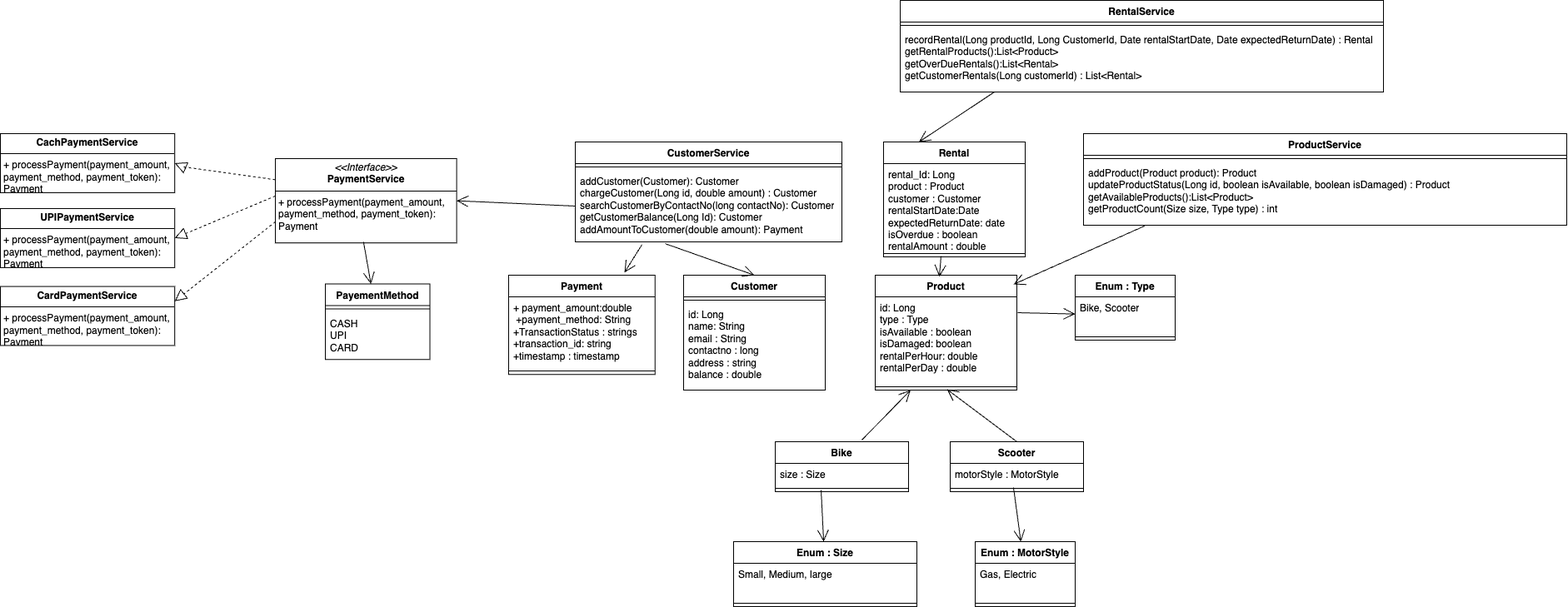
Earlier version of the draw.io export bike-or-car-rental-shop/src/main/resources/images/Bike_Rental_Shop_Class_Daigram.png (randeep-k11/system-design-LLD). Source tidied: cells renumbered, new cells last; positions are measured from the earlier drawing's top-left corner, leaving out a move shared by most shapes. The source it was exported from:
```xml
<mxGraphModel>
  <root>
    <mxCell id="0" />
    <mxCell id="1" parent="0" />
    <mxCell id="2" style="group;" parent="1" vertex="1">
      <mxGeometry width="1880" height="728" as="geometry" />
    </mxCell>
    <mxCell id="3" value="Product" style="swimlane;fontStyle=1;align=center;verticalAlign=top;horizontal=1;startSize=26;whiteSpace=wrap;html=1;" parent="2" vertex="1">
      <mxGeometry x="1050" y="330" width="170" height="138" as="geometry" />
    </mxCell>
    <mxCell id="4" value="id: Long&lt;br&gt;type : Type&lt;br&gt;isAvailable : boolean&lt;div&gt;isDamaged: boolean&lt;br&gt;rentalPerHour: double&lt;br&gt;rentalPerDay : double&lt;/div&gt;" style="text;strokeColor=none;fillColor=none;align=left;verticalAlign=top;spacingLeft=4;spacingRight=4;overflow=hidden;points=[[0,0.5],[1,0.5]];portConstraint=eastwest;whiteSpace=wrap;html=1;" parent="3" vertex="1">
      <mxGeometry y="26" width="170" height="104" as="geometry" />
    </mxCell>
    <mxCell id="5" style="line;strokeWidth=1;fillColor=none;align=left;verticalAlign=middle;spacingTop=-1;spacingLeft=3;spacingRight=3;labelPosition=right;points=[];portConstraint=eastwest;strokeColor=inherit;" parent="3" vertex="1">
      <mxGeometry y="130" width="170" height="8" as="geometry" />
    </mxCell>
    <mxCell id="6" value="Customer" style="swimlane;fontStyle=1;align=center;verticalAlign=top;horizontal=1;startSize=26;whiteSpace=wrap;html=1;" parent="2" vertex="1">
      <mxGeometry x="820" y="330" width="170" height="138" as="geometry" />
    </mxCell>
    <mxCell id="7" style="line;strokeWidth=1;fillColor=none;align=left;verticalAlign=middle;spacingTop=-1;spacingLeft=3;spacingRight=3;labelPosition=right;strokeColor=inherit;" parent="6" vertex="1">
      <mxGeometry y="26" width="170" height="8" as="geometry" />
    </mxCell>
    <mxCell id="8" value="id: Long&lt;br&gt;name: String&lt;div&gt;email :&amp;nbsp;&lt;span style=&quot;background-color: transparent; color: light-dark(rgb(0, 0, 0), rgb(255, 255, 255));&quot;&gt;String&lt;/span&gt;&lt;/div&gt;&lt;div&gt;contactno : long&lt;br&gt;address : string&lt;/div&gt;&lt;div&gt;balance : double&lt;/div&gt;" style="text;strokeColor=none;fillColor=none;align=left;verticalAlign=top;spacingLeft=4;spacingRight=4;overflow=hidden;whiteSpace=wrap;html=1;" parent="6" vertex="1">
      <mxGeometry y="34" width="170" height="104" as="geometry" />
    </mxCell>
    <mxCell id="9" value="Bike" style="swimlane;fontStyle=1;align=center;verticalAlign=top;horizontal=1;startSize=26;whiteSpace=wrap;html=1;" parent="2" vertex="1">
      <mxGeometry x="930" y="530" width="160" height="60" as="geometry" />
    </mxCell>
    <mxCell id="10" value="size : Size" style="text;strokeColor=none;fillColor=none;align=left;verticalAlign=top;spacingLeft=4;spacingRight=4;overflow=hidden;whiteSpace=wrap;html=1;" parent="9" vertex="1">
      <mxGeometry y="26" width="160" height="26" as="geometry" />
    </mxCell>
    <mxCell id="11" style="line;strokeWidth=1;fillColor=none;align=left;verticalAlign=middle;spacingTop=-1;spacingLeft=3;spacingRight=3;labelPosition=right;points=[];portConstraint=eastwest;strokeColor=inherit;" parent="9" vertex="1">
      <mxGeometry y="52" width="160" height="8" as="geometry" />
    </mxCell>
    <mxCell id="12" style="endArrow=open;endFill=1;endSize=12;html=1;rounded=0;exitX=0.65;exitY=-0.035;exitDx=0;exitDy=0;exitPerimeter=0;entryX=0.25;entryY=1;entryDx=0;entryDy=0;" parent="2" edge="1" source="9" target="3">
      <mxGeometry relative="1" as="geometry" />
    </mxCell>
    <mxCell id="13" value="Scooter" style="swimlane;fontStyle=1;align=center;verticalAlign=top;horizontal=1;startSize=26;whiteSpace=wrap;html=1;" parent="2" vertex="1">
      <mxGeometry x="1140" y="530" width="160" height="60" as="geometry" />
    </mxCell>
    <mxCell id="14" value="motorStyle : MotorStyle" style="text;strokeColor=none;fillColor=none;align=left;verticalAlign=top;spacingLeft=4;spacingRight=4;overflow=hidden;whiteSpace=wrap;html=1;" parent="13" vertex="1">
      <mxGeometry y="26" width="160" height="26" as="geometry" />
    </mxCell>
    <mxCell id="15" style="line;strokeWidth=1;fillColor=none;align=left;verticalAlign=middle;spacingTop=-1;spacingLeft=3;spacingRight=3;labelPosition=right;points=[];portConstraint=eastwest;strokeColor=inherit;" parent="13" vertex="1">
      <mxGeometry y="52" width="160" height="8" as="geometry" />
    </mxCell>
    <mxCell id="16" style="endArrow=open;endFill=1;endSize=12;html=1;rounded=0;exitX=0.5;exitY=0;exitDx=0;exitDy=0;entryX=0.506;entryY=0.875;entryDx=0;entryDy=0;entryPerimeter=0;" parent="2" edge="1" source="13" target="5">
      <mxGeometry relative="1" as="geometry" />
    </mxCell>
    <mxCell id="17" value="Enum : Size" style="swimlane;fontStyle=1;align=center;verticalAlign=top;horizontal=1;startSize=26;whiteSpace=wrap;html=1;" parent="2" vertex="1">
      <mxGeometry x="880" y="650" width="220" height="78" as="geometry" />
    </mxCell>
    <mxCell id="18" value="Small, Medium, large" style="text;strokeColor=none;fillColor=none;align=left;verticalAlign=top;spacingLeft=4;spacingRight=4;overflow=hidden;whiteSpace=wrap;html=1;" parent="17" vertex="1">
      <mxGeometry y="26" width="220" height="44" as="geometry" />
    </mxCell>
    <mxCell id="19" style="line;strokeWidth=1;fillColor=none;align=left;verticalAlign=middle;spacingTop=-1;spacingLeft=3;spacingRight=3;labelPosition=right;strokeColor=inherit;" parent="17" vertex="1">
      <mxGeometry y="70" width="220" height="8" as="geometry" />
    </mxCell>
    <mxCell id="20" value="Enum : MotorStyle" style="swimlane;fontStyle=1;align=center;verticalAlign=top;horizontal=1;startSize=26;whiteSpace=wrap;html=1;" parent="2" vertex="1">
      <mxGeometry x="1170" y="650" width="120" height="78" as="geometry" />
    </mxCell>
    <mxCell id="21" value="Gas, Electric" style="text;strokeColor=none;fillColor=none;align=left;verticalAlign=top;spacingLeft=4;spacingRight=4;overflow=hidden;whiteSpace=wrap;html=1;" parent="20" vertex="1">
      <mxGeometry y="26" width="120" height="44" as="geometry" />
    </mxCell>
    <mxCell id="22" style="line;strokeWidth=1;fillColor=none;align=left;verticalAlign=middle;spacingTop=-1;spacingLeft=3;spacingRight=3;labelPosition=right;strokeColor=inherit;" parent="20" vertex="1">
      <mxGeometry y="70" width="120" height="8" as="geometry" />
    </mxCell>
    <mxCell id="23" style="endArrow=open;endFill=1;endSize=12;html=1;rounded=0;exitX=0.344;exitY=0.75;exitDx=0;exitDy=0;exitPerimeter=0;" parent="2" edge="1" source="11" target="17">
      <mxGeometry relative="1" as="geometry" />
    </mxCell>
    <mxCell id="24" style="endArrow=open;endFill=1;endSize=12;html=1;rounded=0;exitX=0.475;exitY=0.375;exitDx=0;exitDy=0;exitPerimeter=0;" parent="2" edge="1" source="15" target="20">
      <mxGeometry relative="1" as="geometry" />
    </mxCell>
    <mxCell id="25" value="CustomerService" style="swimlane;fontStyle=1;align=center;verticalAlign=top;horizontal=1;startSize=26;whiteSpace=wrap;html=1;" parent="2" vertex="1">
      <mxGeometry x="690" y="170" width="320" height="120" as="geometry" />
    </mxCell>
    <mxCell id="26" style="line;strokeWidth=1;fillColor=none;align=left;verticalAlign=middle;spacingTop=-1;spacingLeft=3;spacingRight=3;labelPosition=right;strokeColor=inherit;" parent="25" vertex="1">
      <mxGeometry y="26" width="320" height="8" as="geometry" />
    </mxCell>
    <mxCell id="27" value="addCustomer(Customer): Customer&lt;br&gt;chargeCustomer(Long id, double amount) : Customer&lt;br&gt;searchCustomerByContactNo(long contactNo): Customer&lt;div&gt;getCustomerBalance(Long Id): Customer&lt;/div&gt;&lt;div&gt;addAmountToCustomer(double amount):&amp;nbsp;&lt;span style=&quot;background-color: transparent; color: light-dark(rgb(0, 0, 0), rgb(255, 255, 255));&quot;&gt;Payment&lt;/span&gt;&lt;/div&gt;" style="text;strokeColor=none;fillColor=none;align=left;verticalAlign=top;spacingLeft=4;spacingRight=4;overflow=hidden;points=[[0,0.5],[1,0.5]];portConstraint=eastwest;whiteSpace=wrap;html=1;" parent="25" vertex="1">
      <mxGeometry y="34" width="320" height="86" as="geometry" />
    </mxCell>
    <mxCell id="28" style="endArrow=open;endFill=1;endSize=12;html=1;rounded=0;exitX=0.338;exitY=1.026;exitDx=0;exitDy=0;exitPerimeter=0;entryX=0.5;entryY=0;entryDx=0;entryDy=0;" parent="2" edge="1" source="27" target="6">
      <mxGeometry relative="1" as="geometry" />
    </mxCell>
    <mxCell id="29" value="Rental" style="swimlane;fontStyle=1;align=center;verticalAlign=top;horizontal=1;startSize=26;whiteSpace=wrap;html=1;" parent="2" vertex="1">
      <mxGeometry x="1060" y="170" width="170" height="138" as="geometry" />
    </mxCell>
    <mxCell id="30" value="rental_Id: Long&lt;br&gt;product : Product&lt;br&gt;customer : Customer&lt;div&gt;rentalStartDate:Date&lt;br&gt;expectedReturnDate: date&lt;br&gt;isOverdue : boolean&lt;br&gt;rentalAmount : double&lt;/div&gt;" style="text;strokeColor=none;fillColor=none;align=left;verticalAlign=top;spacingLeft=4;spacingRight=4;overflow=hidden;points=[[0,0.5],[1,0.5]];portConstraint=eastwest;whiteSpace=wrap;html=1;" parent="29" vertex="1">
      <mxGeometry y="26" width="170" height="104" as="geometry" />
    </mxCell>
    <mxCell id="31" style="line;strokeWidth=1;fillColor=none;align=left;verticalAlign=middle;spacingTop=-1;spacingLeft=3;spacingRight=3;labelPosition=right;points=[];portConstraint=eastwest;strokeColor=inherit;" parent="29" vertex="1">
      <mxGeometry y="130" width="170" height="8" as="geometry" />
    </mxCell>
    <mxCell id="32" value="RentalService" style="swimlane;fontStyle=1;align=center;verticalAlign=top;horizontal=1;startSize=26;whiteSpace=wrap;html=1;" parent="2" vertex="1">
      <mxGeometry x="1080" width="580" height="110" as="geometry" />
    </mxCell>
    <mxCell id="33" style="line;strokeWidth=1;fillColor=none;align=left;verticalAlign=middle;spacingTop=-1;spacingLeft=3;spacingRight=3;labelPosition=right;strokeColor=inherit;" parent="32" vertex="1">
      <mxGeometry y="26" width="580" height="8" as="geometry" />
    </mxCell>
    <mxCell id="34" value="recordRental(Long productId, Long CustomerId, Date rentalStartDate, Date expectedReturnDate) : Rental&lt;div&gt;getRentalProducts():List&amp;lt;Product&amp;gt;&lt;br&gt;getOverDueRentals():List&amp;lt;Rental&amp;gt;&lt;br&gt;getCustomerRentals(Long customerId) : List&amp;lt;Rental&amp;gt;&lt;/div&gt;" style="text;strokeColor=none;fillColor=none;align=left;verticalAlign=top;spacingLeft=4;spacingRight=4;overflow=hidden;points=[[0,0.5],[1,0.5]];portConstraint=eastwest;whiteSpace=wrap;html=1;" parent="32" vertex="1">
      <mxGeometry y="34" width="580" height="76" as="geometry" />
    </mxCell>
    <mxCell id="35" style="endArrow=open;endFill=1;endSize=12;html=1;rounded=0;entryX=0.453;entryY=0.014;entryDx=0;entryDy=0;entryPerimeter=0;exitX=0.406;exitY=0.875;exitDx=0;exitDy=0;exitPerimeter=0;" parent="2" edge="1" source="31" target="3">
      <mxGeometry relative="1" as="geometry" />
    </mxCell>
    <mxCell id="36" style="endArrow=open;endFill=1;endSize=12;html=1;rounded=0;entryX=0.25;entryY=0;entryDx=0;entryDy=0;exitX=0.195;exitY=1;exitDx=0;exitDy=0;exitPerimeter=0;" parent="2" edge="1" source="34" target="29">
      <mxGeometry relative="1" as="geometry" />
    </mxCell>
    <mxCell id="37" value="Payment" style="swimlane;fontStyle=1;align=center;verticalAlign=top;horizontal=1;startSize=26;whiteSpace=wrap;html=1;" parent="2" vertex="1">
      <mxGeometry x="610" y="330" width="175.8" height="119.2" as="geometry" />
    </mxCell>
    <mxCell id="38" value="+ payment_amount:double&lt;br&gt;&amp;nbsp;+payment_method: String&lt;br&gt;+TransactionStatus : strings&lt;div&gt;+transaction_id: string&lt;/div&gt;&lt;div&gt;+timestamp : timestamp&lt;/div&gt;" style="text;strokeColor=none;fillColor=none;align=left;verticalAlign=top;spacingLeft=4;spacingRight=4;overflow=hidden;whiteSpace=wrap;html=1;" parent="37" vertex="1">
      <mxGeometry y="26" width="175.8" height="85.1" as="geometry" />
    </mxCell>
    <mxCell id="39" style="line;strokeWidth=1;fillColor=none;align=left;verticalAlign=middle;spacingTop=-1;spacingLeft=3;spacingRight=3;labelPosition=right;strokeColor=inherit;" parent="37" vertex="1">
      <mxGeometry y="111.1" width="175.8" height="8.1" as="geometry" />
    </mxCell>
    <mxCell id="40" style="endArrow=open;endFill=1;endSize=12;html=1;rounded=0;exitX=0.25;exitY=1.039;exitDx=0;exitDy=0;exitPerimeter=0;entryX=0.791;entryY=-0.027;entryDx=0;entryDy=0;entryPerimeter=0;" parent="2" edge="1" source="27" target="37">
      <mxGeometry relative="1" as="geometry" />
    </mxCell>
    <mxCell id="41" value="&lt;p style=&quot;margin:0px;margin-top:4px;text-align:center;&quot;&gt;&lt;i&gt;&amp;lt;&amp;lt;Interface&amp;gt;&amp;gt;&lt;/i&gt;&lt;br&gt;&lt;b&gt;PaymentService&lt;/b&gt;&lt;/p&gt;&lt;hr size=&quot;1&quot; style=&quot;border-style:solid;&quot;&gt;&lt;p style=&quot;margin:0px;margin-left:4px;&quot;&gt;&lt;span style=&quot;background-color: transparent; color: light-dark(rgb(0, 0, 0), rgb(255, 255, 255));&quot;&gt;+ processPayment(&lt;/span&gt;payment_amount, payment_method, payment_token&lt;span style=&quot;background-color: transparent; color: light-dark(rgb(0, 0, 0), rgb(255, 255, 255));&quot;&gt;): Payment&lt;/span&gt;&lt;/p&gt;" style="verticalAlign=top;align=left;overflow=fill;html=1;whiteSpace=wrap;" parent="2" vertex="1">
      <mxGeometry x="330" y="190" width="217.6" height="101.3" as="geometry" />
    </mxCell>
    <mxCell id="42" value="&lt;p style=&quot;margin:0px;margin-top:4px;text-align:center;&quot;&gt;&lt;b&gt;CachPaymentService&lt;/b&gt;&lt;/p&gt;&lt;hr size=&quot;1&quot; style=&quot;border-style:solid;&quot;&gt;&lt;p style=&quot;margin:0px;margin-left:4px;&quot;&gt;&lt;span style=&quot;color: light-dark(rgb(0, 0, 0), rgb(255, 255, 255)); background-color: transparent;&quot;&gt;+ processPayment(&lt;/span&gt;payment_amount, payment_method, payment_token&lt;span style=&quot;color: light-dark(rgb(0, 0, 0), rgb(255, 255, 255)); background-color: transparent;&quot;&gt;): Payment&lt;/span&gt;&lt;/p&gt;" style="verticalAlign=top;align=left;overflow=fill;html=1;whiteSpace=wrap;" parent="2" vertex="1">
      <mxGeometry y="160" width="209.2" height="70.9" as="geometry" />
    </mxCell>
    <mxCell id="43" value="&lt;p style=&quot;margin:0px;margin-top:4px;text-align:center;&quot;&gt;&lt;b&gt;UPIPaymentService&lt;/b&gt;&lt;/p&gt;&lt;hr size=&quot;1&quot; style=&quot;border-style:solid;&quot;&gt;&lt;p style=&quot;margin:0px;margin-left:4px;&quot;&gt;&lt;span style=&quot;color: light-dark(rgb(0, 0, 0), rgb(255, 255, 255)); background-color: transparent;&quot;&gt;+ processPayment(&lt;/span&gt;payment_amount, payment_method, payment_token&lt;span style=&quot;color: light-dark(rgb(0, 0, 0), rgb(255, 255, 255)); background-color: transparent;&quot;&gt;): Payment&lt;/span&gt;&lt;/p&gt;" style="verticalAlign=top;align=left;overflow=fill;html=1;whiteSpace=wrap;" parent="2" vertex="1">
      <mxGeometry y="250" width="209.2" height="70.9" as="geometry" />
    </mxCell>
    <mxCell id="44" value="&lt;p style=&quot;margin:0px;margin-top:4px;text-align:center;&quot;&gt;&lt;b&gt;CardPaymentService&lt;/b&gt;&lt;/p&gt;&lt;hr size=&quot;1&quot; style=&quot;border-style:solid;&quot;&gt;&lt;p style=&quot;margin:0px;margin-left:4px;&quot;&gt;&lt;span style=&quot;color: light-dark(rgb(0, 0, 0), rgb(255, 255, 255)); background-color: transparent;&quot;&gt;+ processPayment(&lt;/span&gt;payment_amount, payment_method, payment_token&lt;span style=&quot;color: light-dark(rgb(0, 0, 0), rgb(255, 255, 255)); background-color: transparent;&quot;&gt;): Payment&lt;/span&gt;&lt;/p&gt;" style="verticalAlign=top;align=left;overflow=fill;html=1;whiteSpace=wrap;" parent="2" vertex="1">
      <mxGeometry y="343.6" width="209.2" height="70.9" as="geometry" />
    </mxCell>
    <mxCell id="45" style="endArrow=block;dashed=1;endFill=0;endSize=12;html=1;rounded=0;exitX=0;exitY=0.25;exitDx=0;exitDy=0;entryX=1;entryY=0.5;entryDx=0;entryDy=0;" parent="2" edge="1" source="41" target="42">
      <mxGeometry relative="1" as="geometry">
        <Array as="points">
          <mxPoint x="220" y="200" />
        </Array>
      </mxGeometry>
    </mxCell>
    <mxCell id="46" style="endArrow=block;dashed=1;endFill=0;endSize=12;html=1;rounded=0;entryX=1;entryY=0.5;entryDx=0;entryDy=0;exitX=0;exitY=0.444;exitDx=0;exitDy=0;exitPerimeter=0;" parent="2" edge="1" source="41" target="43">
      <mxGeometry relative="1" as="geometry" />
    </mxCell>
    <mxCell id="47" style="endArrow=block;dashed=1;endFill=0;endSize=12;html=1;rounded=0;entryX=1;entryY=0.25;entryDx=0;entryDy=0;exitX=0;exitY=0.75;exitDx=0;exitDy=0;" parent="2" edge="1" source="41" target="44">
      <mxGeometry relative="1" as="geometry" />
    </mxCell>
    <mxCell id="48" style="endArrow=open;endFill=1;endSize=12;html=1;rounded=0;exitX=0;exitY=0.5;exitDx=0;exitDy=0;entryX=1;entryY=0.5;entryDx=0;entryDy=0;" parent="2" edge="1" source="27" target="41">
      <mxGeometry relative="1" as="geometry" />
    </mxCell>
    <mxCell id="49" value="ProductService" style="swimlane;fontStyle=1;align=center;verticalAlign=top;horizontal=1;startSize=26;whiteSpace=wrap;html=1;" parent="2" vertex="1">
      <mxGeometry x="1300" y="160" width="580" height="110" as="geometry" />
    </mxCell>
    <mxCell id="50" style="line;strokeWidth=1;fillColor=none;align=left;verticalAlign=middle;spacingTop=-1;spacingLeft=3;spacingRight=3;labelPosition=right;strokeColor=inherit;" parent="49" vertex="1">
      <mxGeometry y="26" width="580" height="8" as="geometry" />
    </mxCell>
    <mxCell id="51" value="addProduct(Product product): Product&lt;div&gt;updateProductStatus(Long id, boolean isAvailable, boolean isDamaged) : Product&lt;br&gt;getAvailableProducts():List&amp;lt;Product&amp;gt;&lt;/div&gt;&lt;div&gt;getProductCount(Size size, Type type) : int&lt;/div&gt;" style="text;strokeColor=none;fillColor=none;align=left;verticalAlign=top;spacingLeft=4;spacingRight=4;overflow=hidden;points=[[0,0.5],[1,0.5]];portConstraint=eastwest;whiteSpace=wrap;html=1;" parent="49" vertex="1">
      <mxGeometry y="34" width="580" height="76" as="geometry" />
    </mxCell>
    <mxCell id="52" value="Enum : Type" style="swimlane;fontStyle=1;align=center;verticalAlign=top;horizontal=1;startSize=26;whiteSpace=wrap;html=1;" parent="2" vertex="1">
      <mxGeometry x="1290" y="330" width="120" height="78" as="geometry" />
    </mxCell>
    <mxCell id="53" value="Bike, Scooter" style="text;strokeColor=none;fillColor=none;align=left;verticalAlign=top;spacingLeft=4;spacingRight=4;overflow=hidden;points=[[0,0.5],[1,0.5]];portConstraint=eastwest;whiteSpace=wrap;html=1;" parent="52" vertex="1">
      <mxGeometry y="26" width="120" height="44" as="geometry" />
    </mxCell>
    <mxCell id="54" style="line;strokeWidth=1;fillColor=none;align=left;verticalAlign=middle;spacingTop=-1;spacingLeft=3;spacingRight=3;labelPosition=right;strokeColor=inherit;" parent="52" vertex="1">
      <mxGeometry y="70" width="120" height="8" as="geometry" />
    </mxCell>
    <mxCell id="55" style="endArrow=open;endFill=1;endSize=12;html=1;rounded=0;exitX=1.006;exitY=0.183;exitDx=0;exitDy=0;exitPerimeter=0;" parent="2" edge="1" source="4" target="53">
      <mxGeometry relative="1" as="geometry" />
    </mxCell>
    <mxCell id="56" style="endArrow=open;endFill=1;endSize=12;html=1;rounded=0;exitX=0.126;exitY=1.013;exitDx=0;exitDy=0;exitPerimeter=0;entryX=0.976;entryY=0.08;entryDx=0;entryDy=0;entryPerimeter=0;" parent="2" edge="1" source="51" target="3">
      <mxGeometry relative="1" as="geometry" />
    </mxCell>
    <mxCell id="57" value="PayementMethod" style="swimlane;fontStyle=1;align=center;verticalAlign=top;horizontal=1;startSize=26;whiteSpace=wrap;html=1;" parent="2" vertex="1">
      <mxGeometry x="390" y="340.6" width="125.5" height="90.8" as="geometry" />
    </mxCell>
    <mxCell id="58" style="line;strokeWidth=1;fillColor=none;align=left;verticalAlign=middle;spacingTop=-1;spacingLeft=3;spacingRight=3;labelPosition=right;strokeColor=inherit;" parent="57" vertex="1">
      <mxGeometry y="26" width="125.5" height="8.1" as="geometry" />
    </mxCell>
    <mxCell id="59" value="CASH&lt;br&gt;UPI&lt;br&gt;CARD" style="text;strokeColor=none;fillColor=none;align=left;verticalAlign=top;spacingLeft=4;spacingRight=4;overflow=hidden;whiteSpace=wrap;html=1;" parent="57" vertex="1">
      <mxGeometry y="34.1" width="125.5" height="56.7" as="geometry" />
    </mxCell>
    <mxCell id="60" style="endArrow=open;endFill=1;endSize=12;html=1;rounded=0;exitX=0.75;exitY=1;exitDx=0;exitDy=0;" parent="2" edge="1" target="57">
      <mxGeometry relative="1" as="geometry">
        <mxPoint x="435.8" y="290" as="sourcePoint" />
      </mxGeometry>
    </mxCell>
  </root>
</mxGraphModel>
```
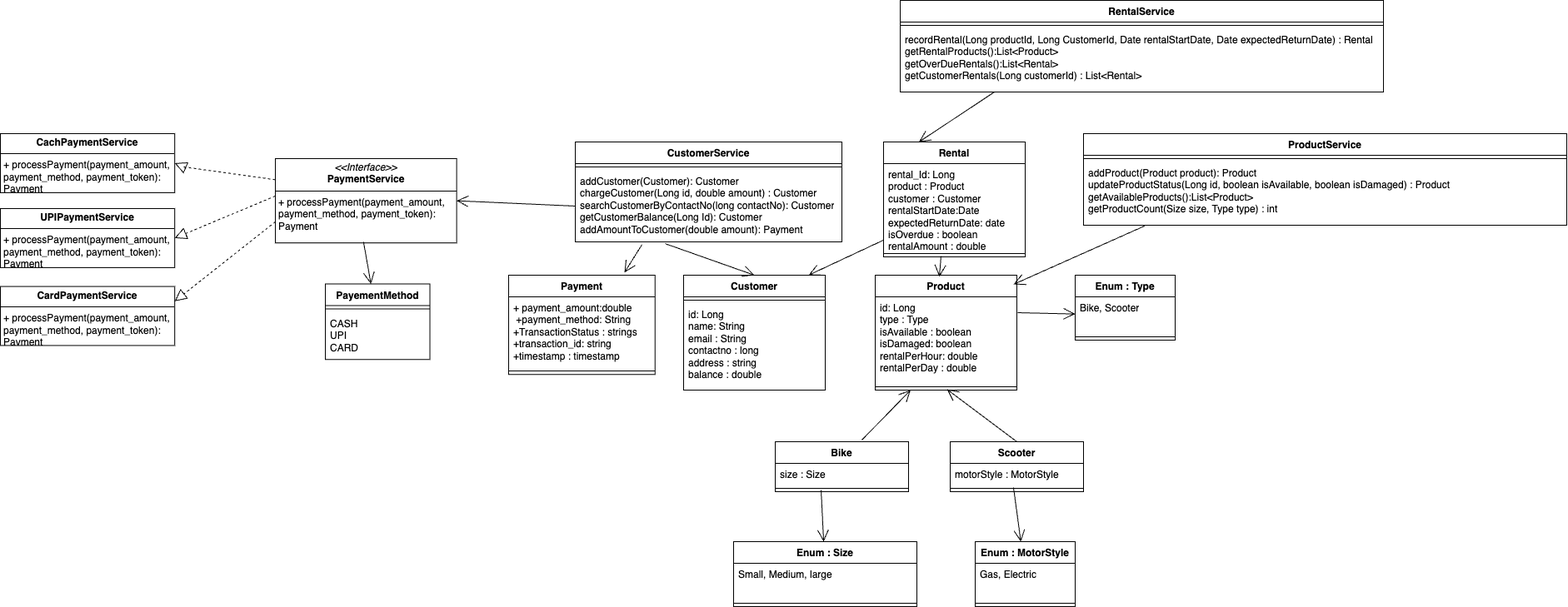
The same file after the commit.

Diff of the diagram source:
```diff
@@ -185,5 +185,12 @@
         <mxPoint x="435.8" y="290" as="sourcePoint" />
       </mxGeometry>
     </mxCell>
+    <mxCell id="61" style="endArrow=open;endFill=1;endSize=12;html=1;rounded=0;" parent="2" edge="1" source="30" target="6">
+      <mxGeometry relative="1" as="geometry">
+        <Array as="points">
+          <mxPoint x="970" y="330" />
+        </Array>
+      </mxGeometry>
+    </mxCell>
   </root>
 </mxGraphModel>
```
